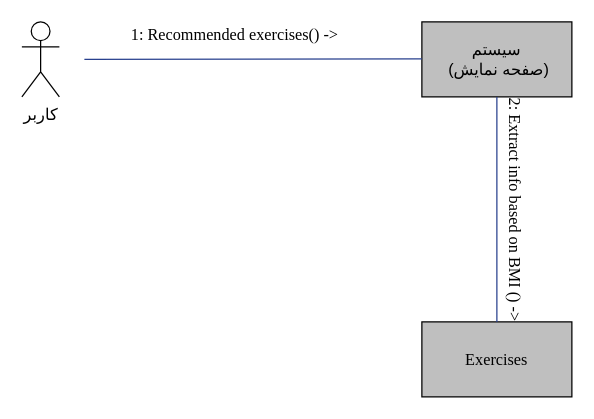
This is Docs./CommunicationDiagram-Community.drawio from ShadiMe-flutter/Workout, a draw.io file, before an edit. Source tidied: cells renumbered, new cells numbered last; positions are measured from the earlier drawing's top-left corner, leaving out a move shared by most shapes. Both pictures are drawn from the tidied source at 125%, with x=0, y=0 at pixel (21, 21).
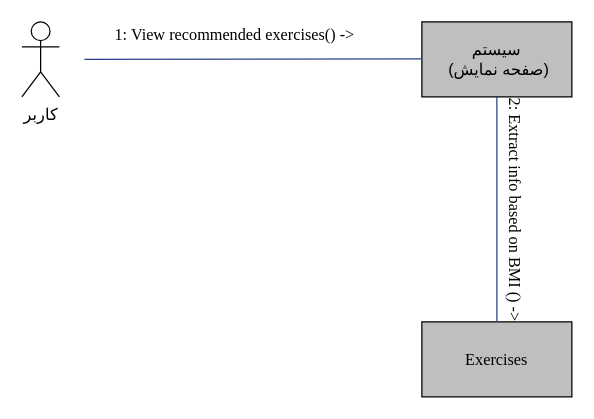
Above is the later version.

What changed in the source:
```diff
@@
 <mxGraphModel>
   <root>
     <mxCell id="0" />
     <mxCell id="1" parent="0" />
     <mxCell id="2" value="&lt;font face=&quot;B Zar&quot; style=&quot;font-size: 13px&quot;&gt;کاربر&lt;/font&gt;" style="shape=umlActor;verticalLabelPosition=bottom;verticalAlign=top;html=1;" parent="1" vertex="1">
       <mxGeometry width="30" height="60" as="geometry" />
     </mxCell>
     <mxCell id="3" value="&lt;font face=&quot;B Zar&quot; style=&quot;font-size: 13px&quot;&gt;سیستم&lt;br&gt;&amp;nbsp;(صفحه نمایش)&lt;/font&gt;" style="rounded=0;whiteSpace=wrap;html=1;fillColor=#BFBFBF;" parent="1" vertex="1">
       <mxGeometry x="320" width="120" height="60" as="geometry" />
     </mxCell>
     <mxCell id="4" style="endArrow=none;html=1;strokeColor=#28408E;" parent="1" edge="1">
       <mxGeometry relative="1" as="geometry">
         <mxPoint x="50" y="30" as="sourcePoint" />
         <mxPoint x="320" y="29.5" as="targetPoint" />
       </mxGeometry>
     </mxCell>
-    <mxCell id="5" value="&lt;font face=&quot;Times New Roman&quot; style=&quot;font-size: 13px&quot;&gt;1: Recommended exercises() -&amp;gt;&lt;/font&gt;" style="text;html=1;align=center;verticalAlign=middle;" parent="1" vertex="1">
-      <mxGeometry x="80" width="180" height="20" as="geometry" />
+    <mxCell id="5" value="&lt;font face=&quot;Times New Roman&quot; style=&quot;font-size: 13px&quot;&gt;1: View recommended exercises() -&amp;gt;&lt;/font&gt;" style="text;html=1;align=center;verticalAlign=middle;" parent="1" vertex="1">
+      <mxGeometry x="65" width="210" height="20" as="geometry" />
     </mxCell>
     <mxCell id="6" value="&lt;font face=&quot;Times New Roman&quot; style=&quot;font-size: 13px&quot;&gt;Exercises&lt;/font&gt;" style="rounded=0;whiteSpace=wrap;html=1;fillColor=#BFBFBF;" parent="1" vertex="1">
       <mxGeometry x="320" y="240" width="120" height="60" as="geometry" />
     </mxCell>
     <mxCell id="7" style="endArrow=none;html=1;exitX=0.5;exitY=0;exitDx=0;exitDy=0;entryX=0.5;entryY=1;entryDx=0;entryDy=0;strokeColor=#28408E;" parent="1" edge="1" source="6" target="3">
       <mxGeometry relative="1" as="geometry" />
     </mxCell>
     <mxCell id="8" value="&lt;font face=&quot;Times New Roman&quot; style=&quot;font-size: 13px&quot;&gt;2: Extract info based on BMI () -&amp;gt;&lt;/font&gt;" style="text;html=1;align=center;verticalAlign=middle;rotation=90;" parent="1" vertex="1">
       <mxGeometry x="300" y="140" width="190" height="20" as="geometry" />
     </mxCell>
   </root>
 </mxGraphModel>
```
